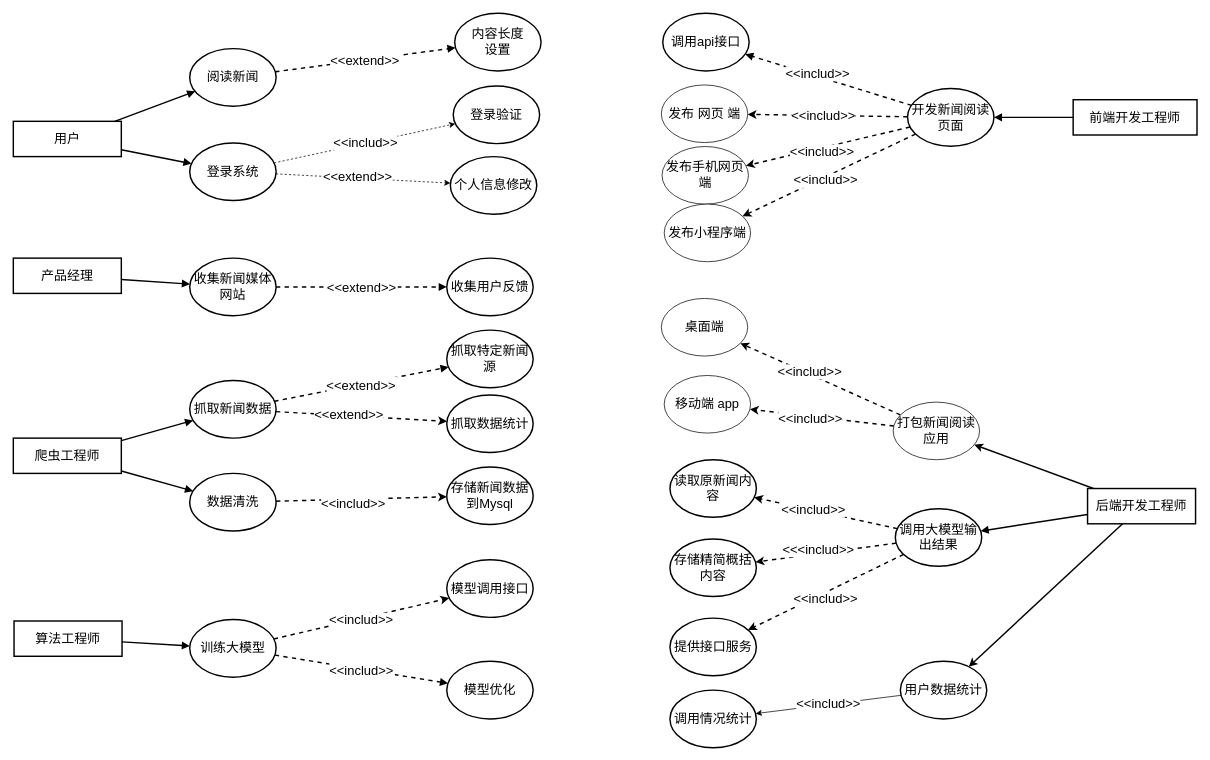
lijc210/app_storage keeps this draw.io diagram as draw.io/用例图.drawio. Above is the earlier version. Source tidied: cells renumbered, new cells numbered last; positions are measured from the earlier drawing's top-left corner, leaving out a move shared by most shapes. Both pictures are drawn from the tidied source at 72%, with x=0, y=0 at pixel (13, 13).
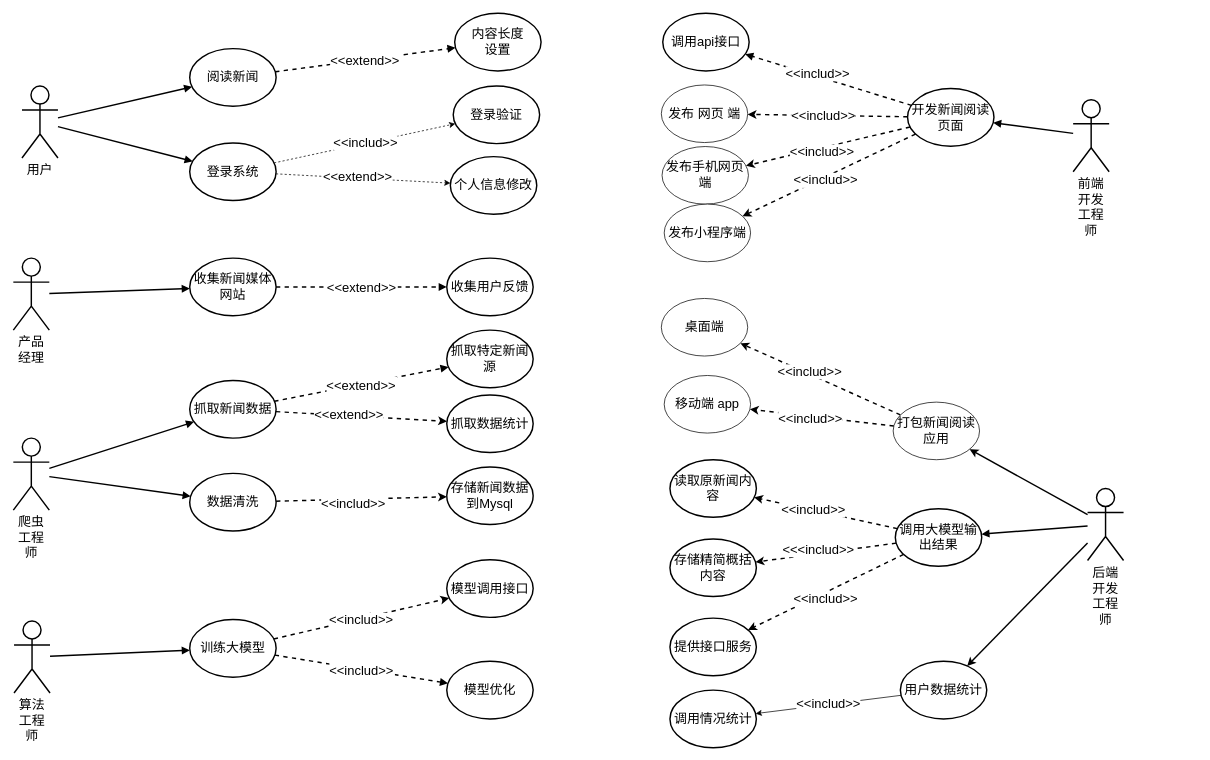
The same diagram, later.

Commit message (it also covers changes not shown here):
更新用例图.drawio

The edit, as a diff of the source:
```diff
@@
-    <mxCell id="2" value="用户" style="whiteSpace=wrap;strokeWidth=2;fontSize=18;" parent="1" vertex="1">
-      <mxGeometry y="150" width="150" height="49" as="geometry" />
+    <mxCell id="2" value="用户" style="whiteSpace=wrap;strokeWidth=2;fontSize=18;shape=umlActor;verticalLabelPosition=bottom;verticalAlign=top;html=1;outlineConnect=0;" parent="1" vertex="1">
+      <mxGeometry x="12" y="101" width="50" height="100" as="geometry" />
     </mxCell>
@@
-    <mxCell id="7" value="产品经理" style="whiteSpace=wrap;strokeWidth=2;fontSize=18;" parent="1" vertex="1">
-      <mxGeometry y="340" width="150" height="49" as="geometry" />
+    <mxCell id="7" value="产品经理" style="whiteSpace=wrap;strokeWidth=2;fontSize=18;shape=umlActor;verticalLabelPosition=bottom;verticalAlign=top;html=1;outlineConnect=0;" parent="1" vertex="1">
+      <mxGeometry y="340" width="50" height="100" as="geometry" />
     </mxCell>
@@
-    <mxCell id="9" value="爬虫工程师" style="whiteSpace=wrap;strokeWidth=2;fontSize=18;" parent="1" vertex="1">
-      <mxGeometry y="590" width="150" height="49" as="geometry" />
+    <mxCell id="9" value="爬虫工程师" style="whiteSpace=wrap;strokeWidth=2;fontSize=18;shape=umlActor;verticalLabelPosition=bottom;verticalAlign=top;html=1;outlineConnect=0;" parent="1" vertex="1">
+      <mxGeometry y="590" width="50" height="100" as="geometry" />
     </mxCell>
@@
-    <mxCell id="18" value="后端开发工程师" style="whiteSpace=wrap;strokeWidth=2;fontSize=18;" parent="1" vertex="1">
-      <mxGeometry x="1492" y="660" width="150" height="49" as="geometry" />
+    <mxCell id="18" value="后端开发工程师" style="whiteSpace=wrap;strokeWidth=2;fontSize=18;shape=umlActor;verticalLabelPosition=bottom;verticalAlign=top;html=1;outlineConnect=0;" parent="1" vertex="1">
+      <mxGeometry x="1492" y="660" width="50" height="100" as="geometry" />
     </mxCell>
@@
-    <mxCell id="28" value="算法工程师" style="whiteSpace=wrap;strokeWidth=2;fontSize=18;" parent="1" vertex="1">
-      <mxGeometry x="1" y="844" width="150" height="49" as="geometry" />
+    <mxCell id="28" value="算法工程师" style="whiteSpace=wrap;strokeWidth=2;fontSize=18;shape=umlActor;verticalLabelPosition=bottom;verticalAlign=top;html=1;outlineConnect=0;" parent="1" vertex="1">
+      <mxGeometry x="1" y="844" width="50" height="100" as="geometry" />
     </mxCell>
@@
-    <mxCell id="33" value="前端开发工程师" style="whiteSpace=wrap;strokeWidth=2;fontSize=18;" parent="1" vertex="1">
-      <mxGeometry x="1472" y="120" width="172" height="49" as="geometry" />
+    <mxCell id="33" value="前端开发工程师" style="whiteSpace=wrap;strokeWidth=2;fontSize=18;shape=umlActor;verticalLabelPosition=bottom;verticalAlign=top;html=1;outlineConnect=0;" parent="1" vertex="1">
+      <mxGeometry x="1472" y="120" width="50" height="100" as="geometry" />
     </mxCell>
```
